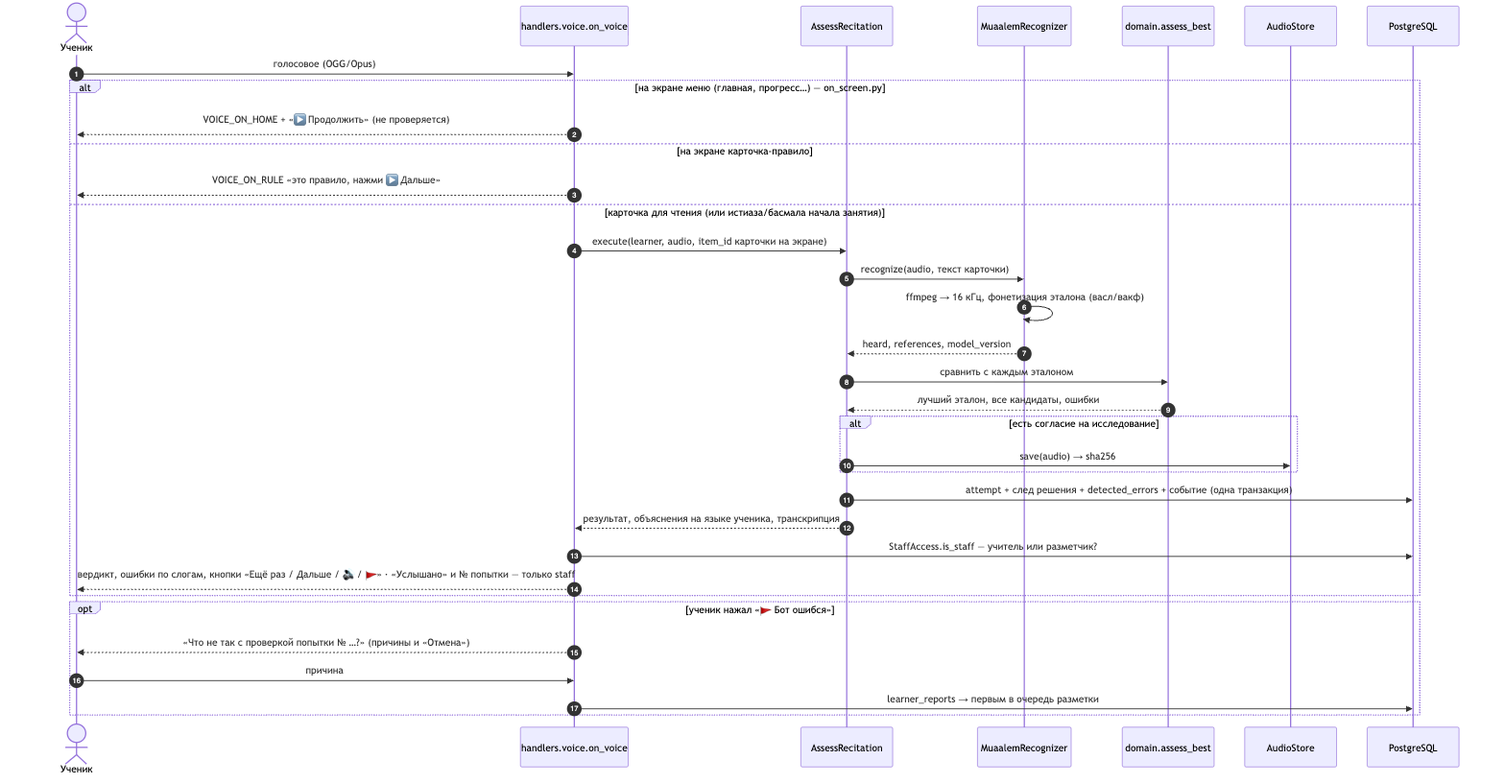
The Mermaid diagram docs/architecture/diagrams/03-voice-sequence.png in abdra04-gif/muallim, before a commit. Its source is kept beside it as docs/architecture/diagrams/03-voice-sequence.mmd.
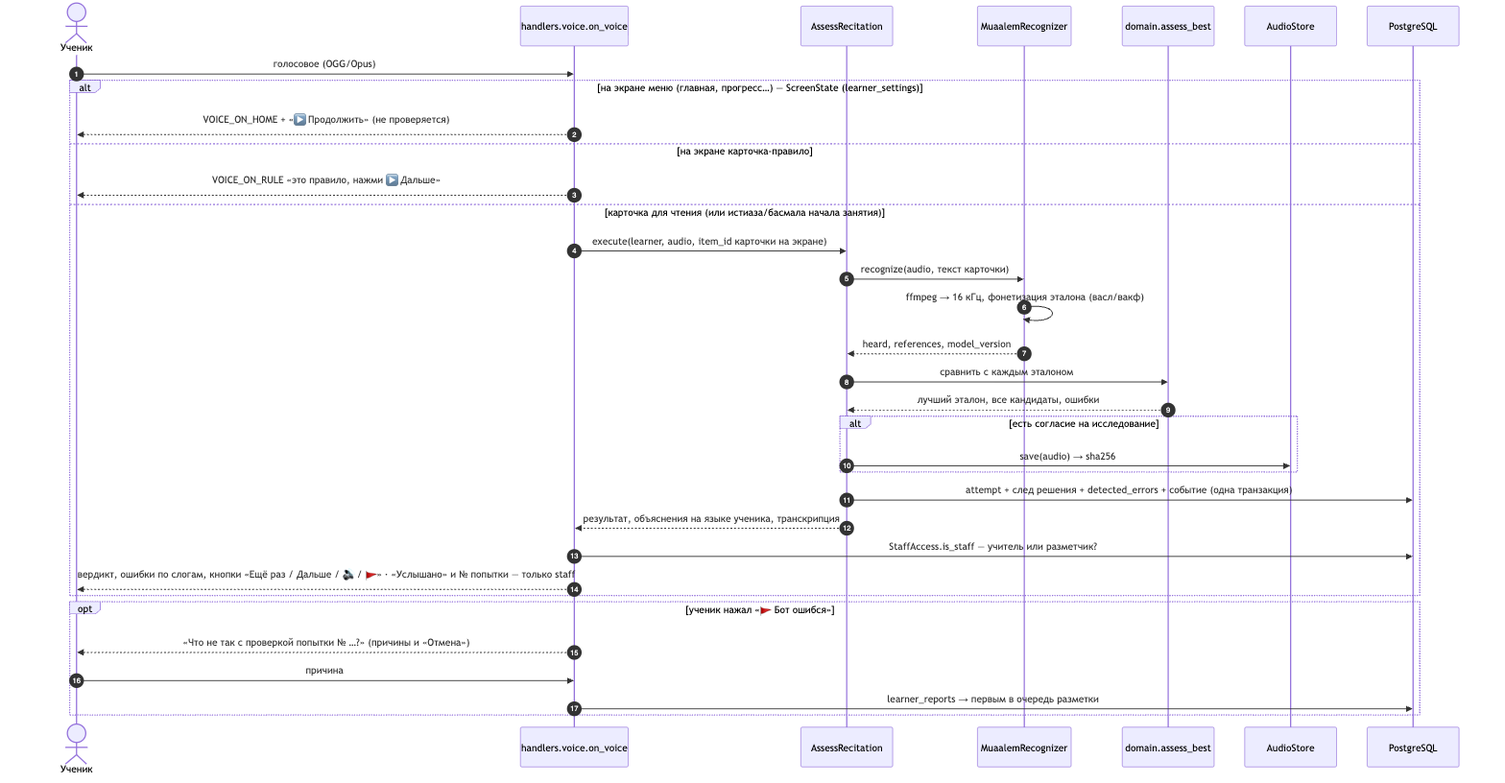
Above is the later version.

The edit, as a diff of the source:
```diff
@@ -9,7 +9,7 @@
     participant DB as PostgreSQL
 
     L->>H: голосовое (OGG/Opus)
-    alt на экране меню (главная, прогресс…) — on_screen.py
+    alt на экране меню (главная, прогресс…) — ScreenState (learner_settings)
         H-->>L: VOICE_ON_HOME + «▶️ Продолжить» (не проверяется)
     else на экране карточка-правило
         H-->>L: VOICE_ON_RULE «это правило, нажми ▶️ Дальше»
```
